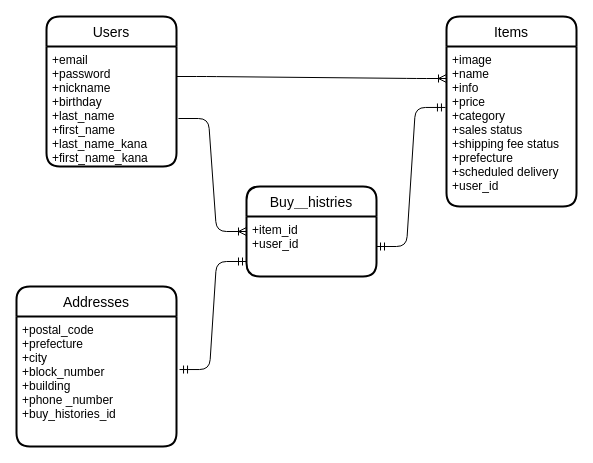
This is furima-er.dio from kogureya/furima-35047, a draw.io file, before an edit. Source tidied: cells renumbered, new cells numbered last; positions are measured from the earlier drawing's top-left corner, leaving out a move shared by most shapes. Both pictures are drawn from the tidied source at 100%, with x=0, y=0 at pixel (16, 16).
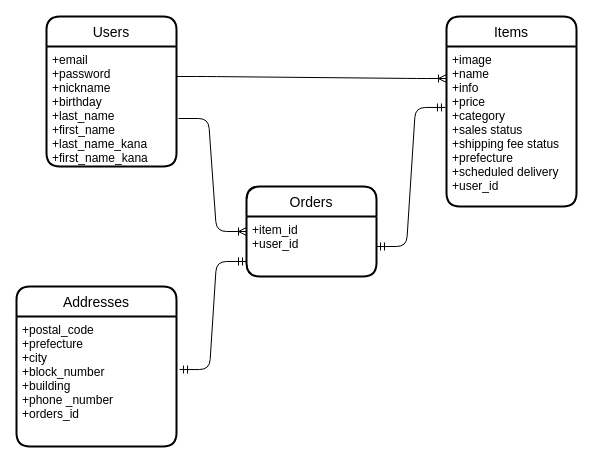
The same page after the edit.

Commit message (it also covers changes not shown here):
テーブル名の変更

What changed in the source:
```diff
@@
 <mxGraphModel>
   <root>
     <mxCell id="0" />
     <mxCell id="1" parent="0" />
     <mxCell id="2" value="Users" style="swimlane;horizontal=1;startSize=30;rounded=1;fontSize=14;fontStyle=0;strokeWidth=2;shadow=0;dashed=0;align=center;" parent="1" vertex="1">
       <mxGeometry x="30" width="130" height="150" as="geometry" />
     </mxCell>
     <mxCell id="3" value="+email&#10;+password&#10;+nickname&#10;+birthday&#10;+last_name&#10;+first_name&#10;+last_name_kana&#10;+first_name_kana" style="align=left;strokeColor=none;fillColor=none;spacingLeft=4;fontSize=12;verticalAlign=top;" parent="2" vertex="1">
       <mxGeometry y="30" width="130" height="120" as="geometry" />
     </mxCell>
-    <mxCell id="4" value="Buy＿histries" style="swimlane;horizontal=1;startSize=30;rounded=1;fontSize=14;fontStyle=0;strokeWidth=2;shadow=0;dashed=0;align=center;" parent="1" vertex="1">
+    <mxCell id="4" value="Orders" style="swimlane;horizontal=1;startSize=30;rounded=1;fontSize=14;fontStyle=0;strokeWidth=2;shadow=0;dashed=0;align=center;" parent="1" vertex="1">
       <mxGeometry x="230" y="170" width="130" height="90" as="geometry" />
     </mxCell>
     <mxCell id="5" value="+item_id&#10;+user_id" style="align=left;strokeColor=none;fillColor=none;spacingLeft=4;fontSize=12;verticalAlign=top;" parent="4" vertex="1">
       <mxGeometry y="30" width="130" height="60" as="geometry" />
     </mxCell>
     <mxCell id="6" style="edgeStyle=orthogonalEdgeStyle;rounded=0;orthogonalLoop=1;jettySize=auto;html=1;exitX=0.5;exitY=1;exitDx=0;exitDy=0;" parent="4" edge="1" source="5" target="5">
       <mxGeometry relative="1" as="geometry" />
     </mxCell>
     <mxCell id="7" value="Items" style="swimlane;horizontal=1;startSize=30;rounded=1;fontSize=14;fontStyle=0;strokeWidth=2;shadow=0;dashed=0;align=center;" parent="1" vertex="1">
       <mxGeometry x="430" width="130" height="190" as="geometry" />
     </mxCell>
     <mxCell id="8" value="+image&#10;+name&#10;+info&#10;+price&#10;+category&#10;+sales status&#10;+shipping fee status&#10;+prefecture&#10;+scheduled delivery&#10;+user_id" style="align=left;strokeColor=none;fillColor=none;spacingLeft=4;fontSize=12;verticalAlign=top;" parent="7" vertex="1">
       <mxGeometry y="30" width="130" height="160" as="geometry" />
     </mxCell>
     <mxCell id="9" style="edgeStyle=entityRelationEdgeStyle;fontSize=12;html=1;endArrow=ERoneToMany;exitX=1;exitY=0.25;exitDx=0;exitDy=0;entryX=0;entryY=0.2;entryDx=0;entryDy=0;entryPerimeter=0;" parent="1" edge="1" source="3" target="8">
       <mxGeometry relative="1" as="geometry" />
     </mxCell>
     <mxCell id="10" style="edgeStyle=entityRelationEdgeStyle;fontSize=12;html=1;endArrow=ERmandOne;startArrow=ERmandOne;exitX=1;exitY=0.5;exitDx=0;exitDy=0;entryX=-0.008;entryY=0.381;entryDx=0;entryDy=0;entryPerimeter=0;" parent="1" edge="1" source="5" target="8">
       <mxGeometry relative="1" as="geometry" />
     </mxCell>
     <mxCell id="11" style="edgeStyle=entityRelationEdgeStyle;fontSize=12;html=1;endArrow=ERoneToMany;entryX=0;entryY=0.25;entryDx=0;entryDy=0;exitX=1.015;exitY=0.6;exitDx=0;exitDy=0;exitPerimeter=0;" parent="1" edge="1" source="3" target="5">
       <mxGeometry relative="1" as="geometry" />
     </mxCell>
     <mxCell id="12" value="Addresses" style="swimlane;horizontal=1;startSize=30;rounded=1;fontSize=14;fontStyle=0;strokeWidth=2;shadow=0;dashed=0;align=center;" parent="1" vertex="1">
       <mxGeometry y="270" width="160" height="160" as="geometry" />
     </mxCell>
-    <mxCell id="13" value="+postal_code&#10;+prefecture&#10;+city&#10;+block_number&#10;+building&#10;+phone _number&#10;+buy_histories_id" style="align=left;strokeColor=none;fillColor=none;spacingLeft=4;fontSize=12;verticalAlign=top;" parent="12" vertex="1">
+    <mxCell id="13" value="+postal_code&#10;+prefecture&#10;+city&#10;+block_number&#10;+building&#10;+phone _number&#10;+orders_id" style="align=left;strokeColor=none;fillColor=none;spacingLeft=4;fontSize=12;verticalAlign=top;" parent="12" vertex="1">
       <mxGeometry y="30" width="160" height="130" as="geometry" />
     </mxCell>
     <mxCell id="14" style="edgeStyle=entityRelationEdgeStyle;fontSize=12;html=1;endArrow=ERmandOne;startArrow=ERmandOne;entryX=0;entryY=0.75;entryDx=0;entryDy=0;exitX=1.019;exitY=0.408;exitDx=0;exitDy=0;exitPerimeter=0;" parent="1" edge="1" source="13" target="5">
       <mxGeometry relative="1" as="geometry" />
     </mxCell>
   </root>
 </mxGraphModel>
```
